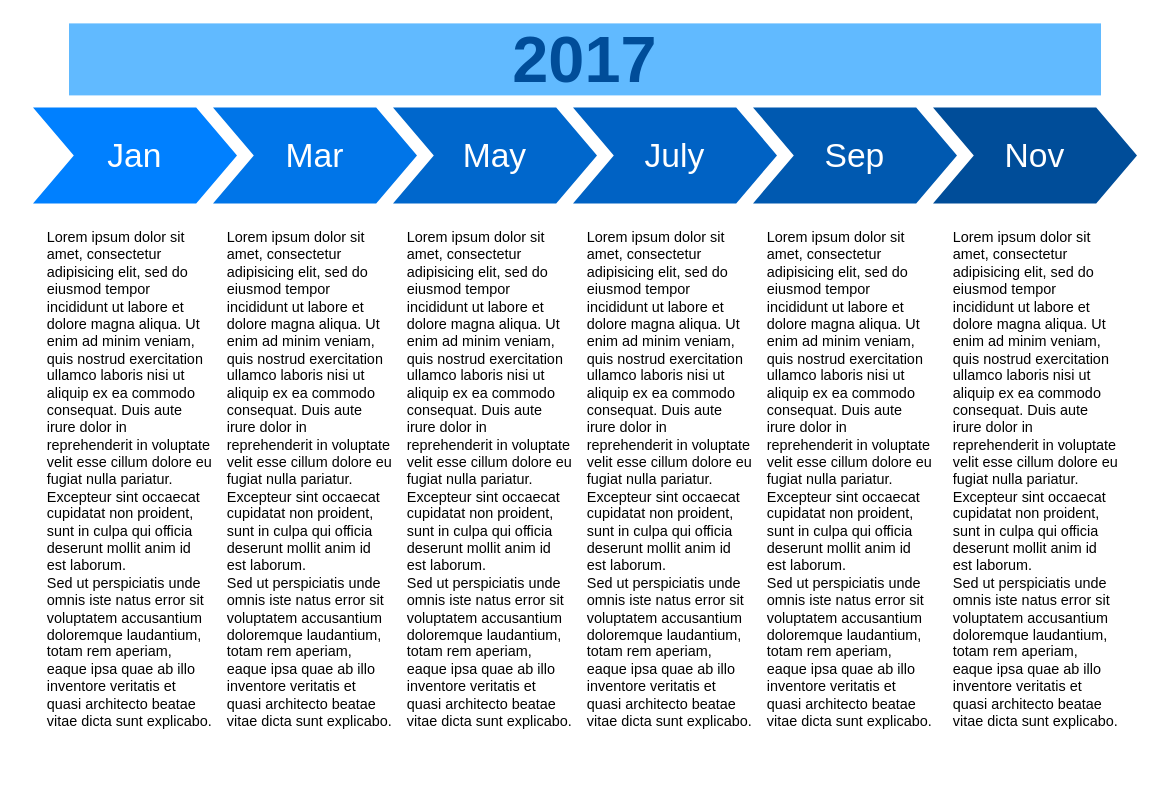
Above: Untitled Diagram.drawio in friendlycoconut/ML_NURE_19 (draw.io), before the change. Source tidied: cells renumbered, new cells numbered last; positions are measured from the earlier drawing's top-left corner, leaving out a move shared by most shapes. Both pictures are drawn from the tidied source at 120%, with x=0, y=0 at pixel (32, 23).
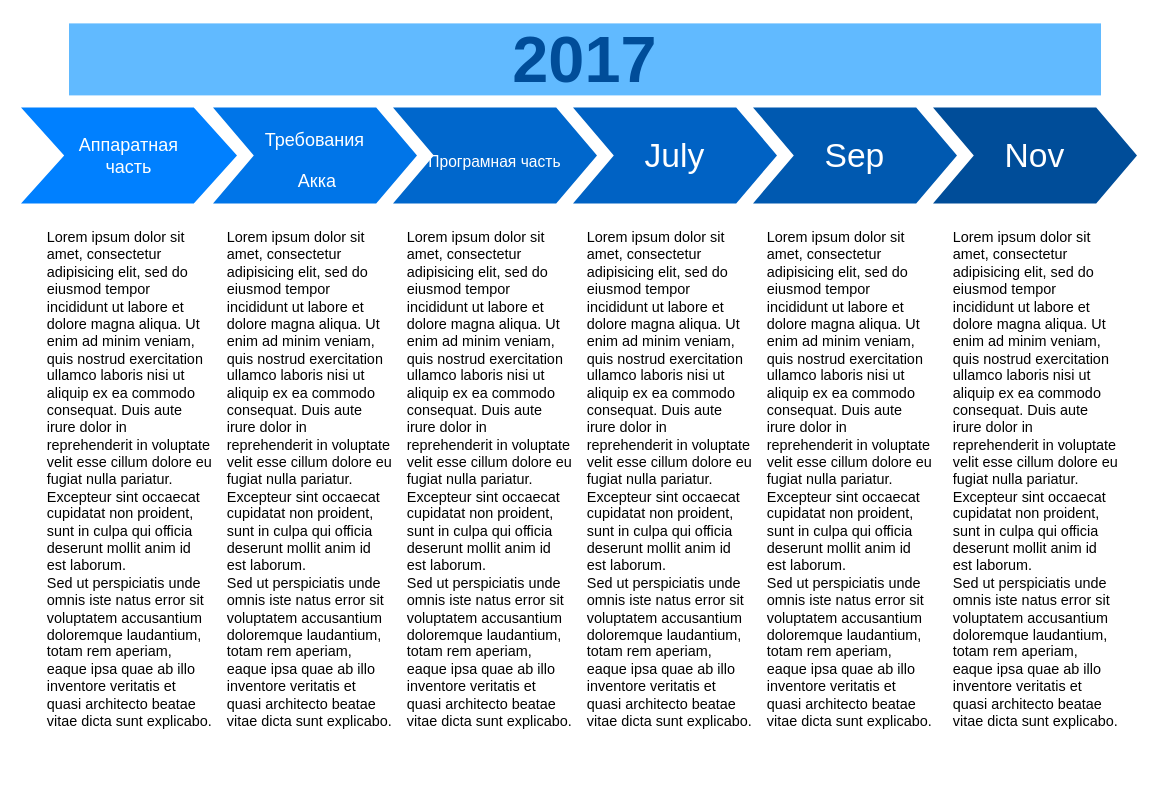
The same page after the edit.

The edit, as a diff of the source:
```diff
@@
 <mxGraphModel background="#ffffff">
   <root>
     <mxCell id="0" />
     <mxCell id="1" parent="0" />
-    <mxCell id="2" value="Jan" style="shape=step;whiteSpace=wrap;html=1;fontSize=28;fillColor=#0080FF;fontColor=#FFFFFF;strokeColor=none;" parent="1" vertex="1">
-      <mxGeometry y="70" width="170" height="80" as="geometry" />
+    <mxCell id="2" value="Аппаратная&lt;br style=&quot;font-size: 15px;&quot;&gt;часть" style="shape=step;whiteSpace=wrap;html=1;fontSize=15;fillColor=#0080FF;fontColor=#FFFFFF;strokeColor=none;" parent="1" vertex="1">
+      <mxGeometry x="-10" y="70" width="180" height="80" as="geometry" />
     </mxCell>
-    <mxCell id="3" value="Mar" style="shape=step;whiteSpace=wrap;html=1;fontSize=28;fillColor=#0075E8;fontColor=#FFFFFF;strokeColor=none;" parent="1" vertex="1">
+    <mxCell id="3" value="&lt;font style=&quot;font-size: 15px&quot;&gt;Требования&lt;br&gt;&amp;nbsp;Акка&lt;/font&gt;" style="shape=step;whiteSpace=wrap;html=1;fontSize=28;fillColor=#0075E8;fontColor=#FFFFFF;strokeColor=none;" parent="1" vertex="1">
       <mxGeometry x="150" y="70" width="170" height="80" as="geometry" />
     </mxCell>
-    <mxCell id="4" value="May" style="shape=step;whiteSpace=wrap;html=1;fontSize=28;fillColor=#0067CC;fontColor=#FFFFFF;strokeColor=none;" parent="1" vertex="1">
+    <mxCell id="4" value="&lt;font style=&quot;font-size: 13px&quot;&gt;Програмная часть&lt;/font&gt;" style="shape=step;whiteSpace=wrap;html=1;fontSize=28;fillColor=#0067CC;fontColor=#FFFFFF;strokeColor=none;" parent="1" vertex="1">
       <mxGeometry x="300" y="70" width="170" height="80" as="geometry" />
     </mxCell>
     <mxCell id="5" value="July" style="shape=step;whiteSpace=wrap;html=1;fontSize=28;fillColor=#0062C4;fontColor=#FFFFFF;strokeColor=none;" parent="1" vertex="1">
       <mxGeometry x="450" y="70" width="170" height="80" as="geometry" />
     </mxCell>
     <mxCell id="6" value="Sep" style="shape=step;whiteSpace=wrap;html=1;fontSize=28;fillColor=#0059B0;fontColor=#FFFFFF;strokeColor=none;" parent="1" vertex="1">
       <mxGeometry x="600" y="70" width="170" height="80" as="geometry" />
     </mxCell>
     <mxCell id="7" value="Nov" style="shape=step;whiteSpace=wrap;html=1;fontSize=28;fillColor=#004D99;fontColor=#FFFFFF;strokeColor=none;" parent="1" vertex="1">
       <mxGeometry x="750" y="70" width="170" height="80" as="geometry" />
     </mxCell>
     <mxCell id="8" value="2017" style="text;html=1;strokeColor=none;fillColor=#61BAFF;align=center;verticalAlign=middle;whiteSpace=wrap;fontSize=54;fontStyle=1;fontColor=#004D99;" parent="1" vertex="1">
       <mxGeometry x="30" width="860" height="60" as="geometry" />
     </mxCell>
     <mxCell id="9" value="Lorem ipsum dolor sit amet, consectetur adipisicing elit, sed do eiusmod tempor incididunt ut labore et dolore magna aliqua. Ut enim ad minim veniam, quis nostrud exercitation ullamco laboris nisi ut aliquip ex ea commodo consequat. Duis aute irure dolor in reprehenderit in voluptate velit esse cillum dolore eu fugiat nulla pariatur. Excepteur sint occaecat cupidatat non proident, sunt in culpa qui officia deserunt mollit anim id est laborum.&lt;br&gt;Sed ut perspiciatis unde omnis iste natus error sit voluptatem accusantium doloremque laudantium, totam rem aperiam, eaque ipsa quae ab illo inventore veritatis et quasi architecto beatae vitae dicta sunt explicabo." style="text;spacingTop=-5;fillColor=#ffffff;whiteSpace=wrap;html=1;align=left;fontSize=12;fontFamily=Helvetica;fillColor=none;strokeColor=none;" parent="1" vertex="1">
       <mxGeometry x="10" y="170" width="140" height="470" as="geometry" />
     </mxCell>
     <mxCell id="10" value="Lorem ipsum dolor sit amet, consectetur adipisicing elit, sed do eiusmod tempor incididunt ut labore et dolore magna aliqua. Ut enim ad minim veniam, quis nostrud exercitation ullamco laboris nisi ut aliquip ex ea commodo consequat. Duis aute irure dolor in reprehenderit in voluptate velit esse cillum dolore eu fugiat nulla pariatur. Excepteur sint occaecat cupidatat non proident, sunt in culpa qui officia deserunt mollit anim id est laborum.&lt;br&gt;Sed ut perspiciatis unde omnis iste natus error sit voluptatem accusantium doloremque laudantium, totam rem aperiam, eaque ipsa quae ab illo inventore veritatis et quasi architecto beatae vitae dicta sunt explicabo." style="text;spacingTop=-5;fillColor=#ffffff;whiteSpace=wrap;html=1;align=left;fontSize=12;fontFamily=Helvetica;fillColor=none;strokeColor=none;" parent="1" vertex="1">
       <mxGeometry x="160" y="170" width="140" height="470" as="geometry" />
     </mxCell>
     <mxCell id="11" value="Lorem ipsum dolor sit amet, consectetur adipisicing elit, sed do eiusmod tempor incididunt ut labore et dolore magna aliqua. Ut enim ad minim veniam, quis nostrud exercitation ullamco laboris nisi ut aliquip ex ea commodo consequat. Duis aute irure dolor in reprehenderit in voluptate velit esse cillum dolore eu fugiat nulla pariatur. Excepteur sint occaecat cupidatat non proident, sunt in culpa qui officia deserunt mollit anim id est laborum.&lt;br&gt;Sed ut perspiciatis unde omnis iste natus error sit voluptatem accusantium doloremque laudantium, totam rem aperiam, eaque ipsa quae ab illo inventore veritatis et quasi architecto beatae vitae dicta sunt explicabo." style="text;spacingTop=-5;fillColor=#ffffff;whiteSpace=wrap;html=1;align=left;fontSize=12;fontFamily=Helvetica;fillColor=none;strokeColor=none;" parent="1" vertex="1">
       <mxGeometry x="310" y="170" width="140" height="470" as="geometry" />
     </mxCell>
     <mxCell id="12" value="Lorem ipsum dolor sit amet, consectetur adipisicing elit, sed do eiusmod tempor incididunt ut labore et dolore magna aliqua. Ut enim ad minim veniam, quis nostrud exercitation ullamco laboris nisi ut aliquip ex ea commodo consequat. Duis aute irure dolor in reprehenderit in voluptate velit esse cillum dolore eu fugiat nulla pariatur. Excepteur sint occaecat cupidatat non proident, sunt in culpa qui officia deserunt mollit anim id est laborum.&lt;br&gt;Sed ut perspiciatis unde omnis iste natus error sit voluptatem accusantium doloremque laudantium, totam rem aperiam, eaque ipsa quae ab illo inventore veritatis et quasi architecto beatae vitae dicta sunt explicabo." style="text;spacingTop=-5;fillColor=#ffffff;whiteSpace=wrap;html=1;align=left;fontSize=12;fontFamily=Helvetica;fillColor=none;strokeColor=none;" parent="1" vertex="1">
       <mxGeometry x="460" y="170" width="140" height="470" as="geometry" />
     </mxCell>
     <mxCell id="13" value="Lorem ipsum dolor sit amet, consectetur adipisicing elit, sed do eiusmod tempor incididunt ut labore et dolore magna aliqua. Ut enim ad minim veniam, quis nostrud exercitation ullamco laboris nisi ut aliquip ex ea commodo consequat. Duis aute irure dolor in reprehenderit in voluptate velit esse cillum dolore eu fugiat nulla pariatur. Excepteur sint occaecat cupidatat non proident, sunt in culpa qui officia deserunt mollit anim id est laborum.&lt;br&gt;Sed ut perspiciatis unde omnis iste natus error sit voluptatem accusantium doloremque laudantium, totam rem aperiam, eaque ipsa quae ab illo inventore veritatis et quasi architecto beatae vitae dicta sunt explicabo." style="text;spacingTop=-5;fillColor=#ffffff;whiteSpace=wrap;html=1;align=left;fontSize=12;fontFamily=Helvetica;fillColor=none;strokeColor=none;" parent="1" vertex="1">
       <mxGeometry x="610" y="170" width="140" height="470" as="geometry" />
     </mxCell>
     <mxCell id="14" value="Lorem ipsum dolor sit amet, consectetur adipisicing elit, sed do eiusmod tempor incididunt ut labore et dolore magna aliqua. Ut enim ad minim veniam, quis nostrud exercitation ullamco laboris nisi ut aliquip ex ea commodo consequat. Duis aute irure dolor in reprehenderit in voluptate velit esse cillum dolore eu fugiat nulla pariatur. Excepteur sint occaecat cupidatat non proident, sunt in culpa qui officia deserunt mollit anim id est laborum.&lt;br&gt;Sed ut perspiciatis unde omnis iste natus error sit voluptatem accusantium doloremque laudantium, totam rem aperiam, eaque ipsa quae ab illo inventore veritatis et quasi architecto beatae vitae dicta sunt explicabo." style="text;spacingTop=-5;fillColor=#ffffff;whiteSpace=wrap;html=1;align=left;fontSize=12;fontFamily=Helvetica;fillColor=none;strokeColor=none;" parent="1" vertex="1">
       <mxGeometry x="765" y="170" width="140" height="470" as="geometry" />
     </mxCell>
   </root>
 </mxGraphModel>
```
